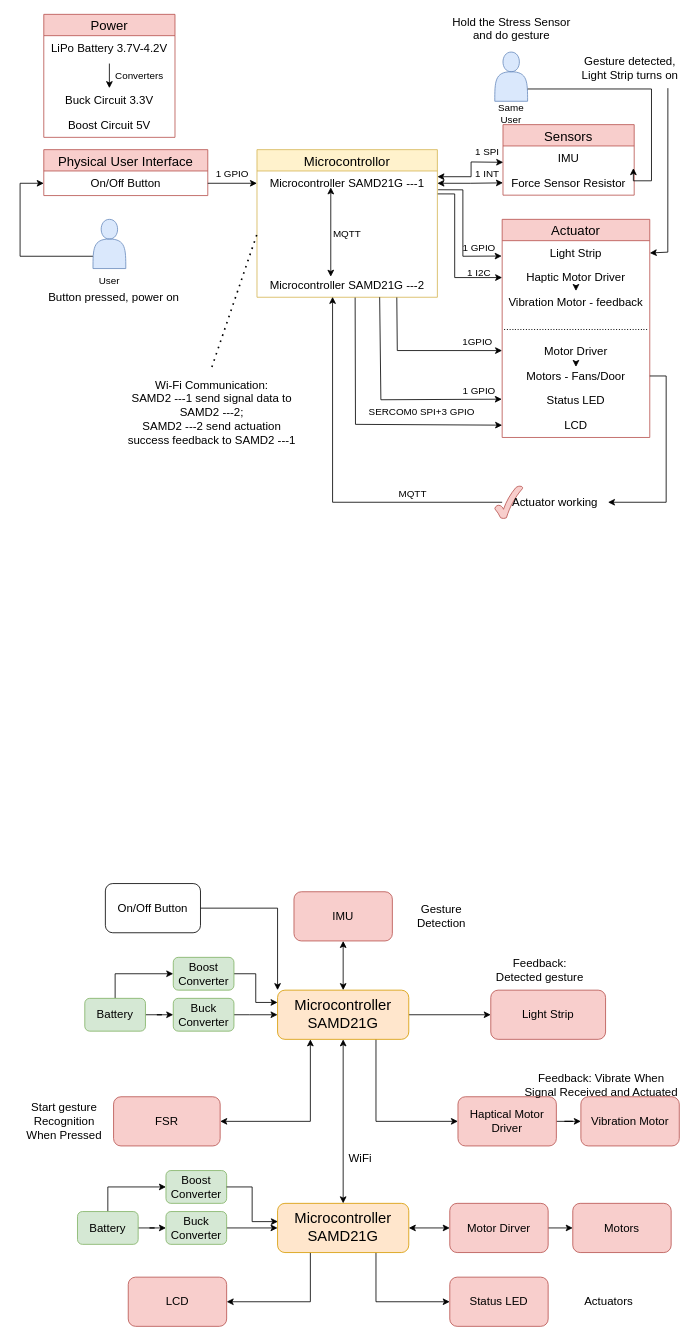
The draw.io diagram A07G_deliveries/Block_diagram.drawio in ese5160/final-project-a07g-a14g-t05-fusion-maverick, before the edit. Source tidied: cells renumbered, new cells numbered last; positions are measured from the earlier drawing's top-left corner, leaving out a move shared by most shapes. Both pictures are drawn from the tidied source at 82%, with x=0, y=0 at pixel (20, 14).
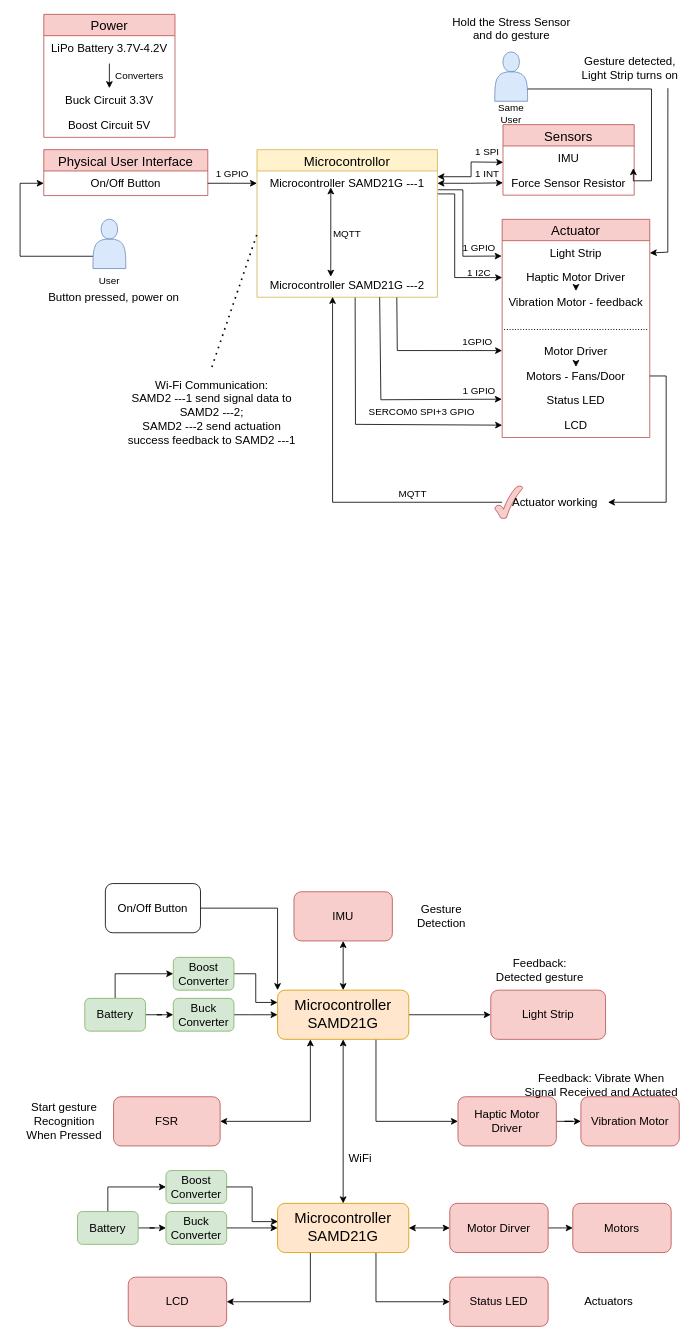
The same diagram, later.

Diff of the diagram source:
```diff
@@
-    <mxCell id="86" value="&lt;font style=&quot;font-size: 14px;&quot;&gt;Haptical Motor Driver&lt;/font&gt;" style="rounded=1;whiteSpace=wrap;html=1;fillColor=#f8cecc;strokeColor=#b85450;" parent="1" vertex="1">
+    <mxCell id="86" value="&lt;font style=&quot;font-size: 14px;&quot;&gt;Haptic Motor Driver&lt;/font&gt;" style="rounded=1;whiteSpace=wrap;html=1;fillColor=#f8cecc;strokeColor=#b85450;" parent="1" vertex="1">
       <mxGeometry x="534" y="1320" width="120" height="60" as="geometry" />
     </mxCell>
```
